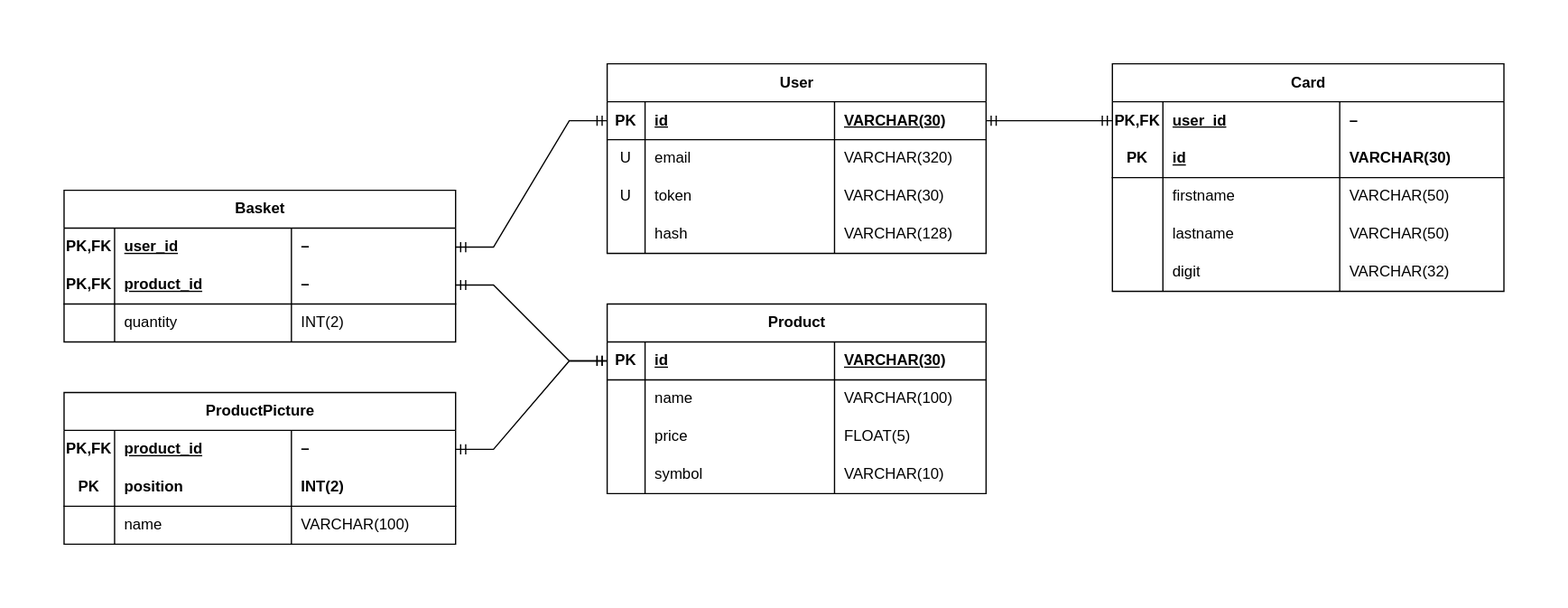
Above: docs/resources/erd-database.drawio.svg in israel-meiresonne/e-shop-1-backend (draw.io), before the change. Source tidied: cells renumbered, new cells last; positions are measured from the earlier drawing's top-left corner, leaving out a move shared by most shapes.
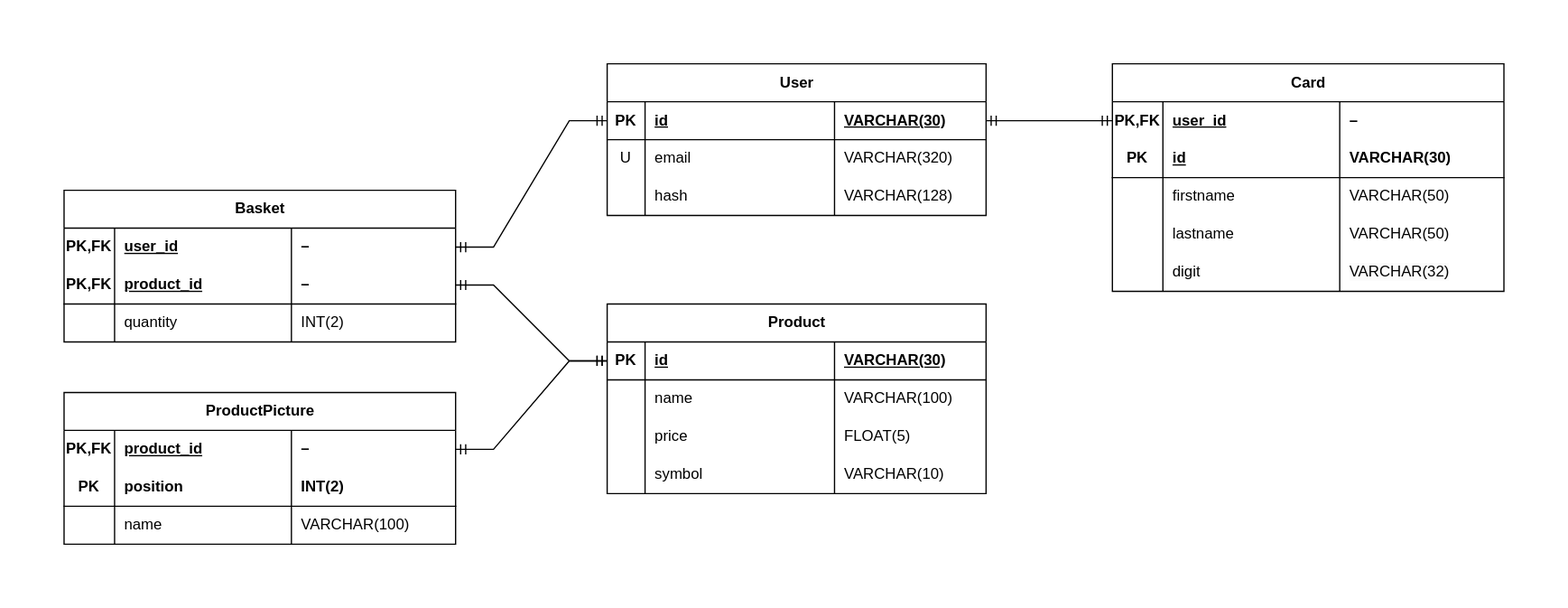
After the commit.

Commit message:
doc: update ERD and user endpoint

The edit, as a diff of the source:
```diff
@@ -3,7 +3,7 @@
     <mxCell id="0" />
     <mxCell id="1" parent="0" />
     <mxCell id="2" value="User" style="shape=table;startSize=30;rowLines=0;fontStyle=1;align=center;html=1;" parent="1" vertex="1">
-      <mxGeometry x="430" width="300" height="150" as="geometry" />
+      <mxGeometry x="430" width="300" height="120" as="geometry" />
     </mxCell>
     <mxCell id="3" style="shape=tableRow;horizontal=0;startSize=0;swimlaneHead=0;swimlaneBody=0;fillColor=none;points=[[0,0.5],[1,0.5]];portConstraint=eastwest;top=0;left=0;right=0;bottom=1;" parent="2" vertex="1">
       <mxGeometry y="30" width="300" height="30" as="geometry" />
@@ -29,20 +29,8 @@
     <mxCell id="10" value="VARCHAR(320)" style="shape=partialRectangle;fillColor=none;top=0;left=0;bottom=0;right=0;align=left;spacingLeft=6;overflow=hidden;whiteSpace=wrap;html=1;fontStyle=0;" parent="7" vertex="1">
       <mxGeometry x="180" width="120" height="30" as="geometry" />
     </mxCell>
-    <mxCell id="11" style="shape=tableRow;horizontal=0;startSize=0;swimlaneHead=0;swimlaneBody=0;fillColor=none;top=0;left=0;right=0;bottom=0;" parent="2" vertex="1">
-      <mxGeometry y="90" width="300" height="30" as="geometry" />
-    </mxCell>
-    <mxCell id="12" value="U" style="shape=partialRectangle;fillColor=none;top=0;left=0;bottom=0;right=0;overflow=hidden;whiteSpace=wrap;html=1;" parent="11" vertex="1">
-      <mxGeometry width="30" height="30" as="geometry" />
-    </mxCell>
-    <mxCell id="13" value="token" style="shape=partialRectangle;fillColor=none;top=0;left=0;bottom=0;right=0;align=left;spacingLeft=6;overflow=hidden;whiteSpace=wrap;html=1;" parent="11" vertex="1">
-      <mxGeometry x="30" width="150" height="30" as="geometry" />
-    </mxCell>
-    <mxCell id="14" value="VARCHAR(30)" style="shape=partialRectangle;fillColor=none;top=0;left=0;bottom=0;right=0;align=left;spacingLeft=6;overflow=hidden;whiteSpace=wrap;html=1;" parent="11" vertex="1">
-      <mxGeometry x="180" width="120" height="30" as="geometry" />
-    </mxCell>
     <mxCell id="15" style="shape=tableRow;horizontal=0;startSize=0;swimlaneHead=0;swimlaneBody=0;fillColor=none;top=0;left=0;right=0;bottom=0;" parent="2" vertex="1">
-      <mxGeometry y="120" width="300" height="30" as="geometry" />
+      <mxGeometry y="90" width="300" height="30" as="geometry" />
     </mxCell>
     <mxCell id="16" style="shape=partialRectangle;fillColor=none;top=0;left=0;bottom=0;right=0;overflow=hidden;whiteSpace=wrap;html=1;" parent="15" vertex="1">
       <mxGeometry width="30" height="30" as="geometry" />
```
